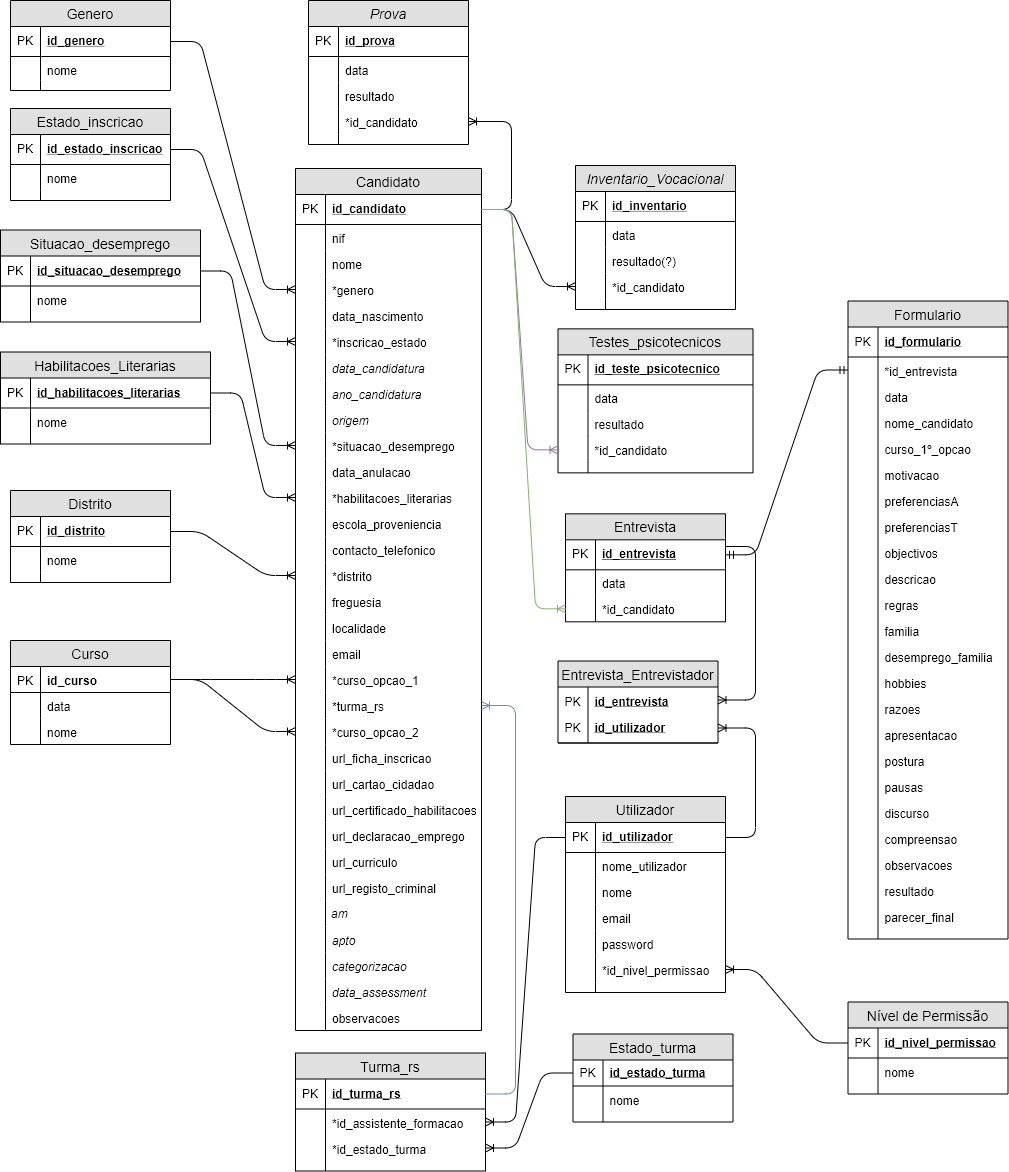
Earlier version of the draw.io export Docs/Modelo de Dados.png (blestonbandeira/grs). Source tidied: cells renumbered, new cells last; positions are measured from the earlier drawing's top-left corner, leaving out a move shared by most shapes.
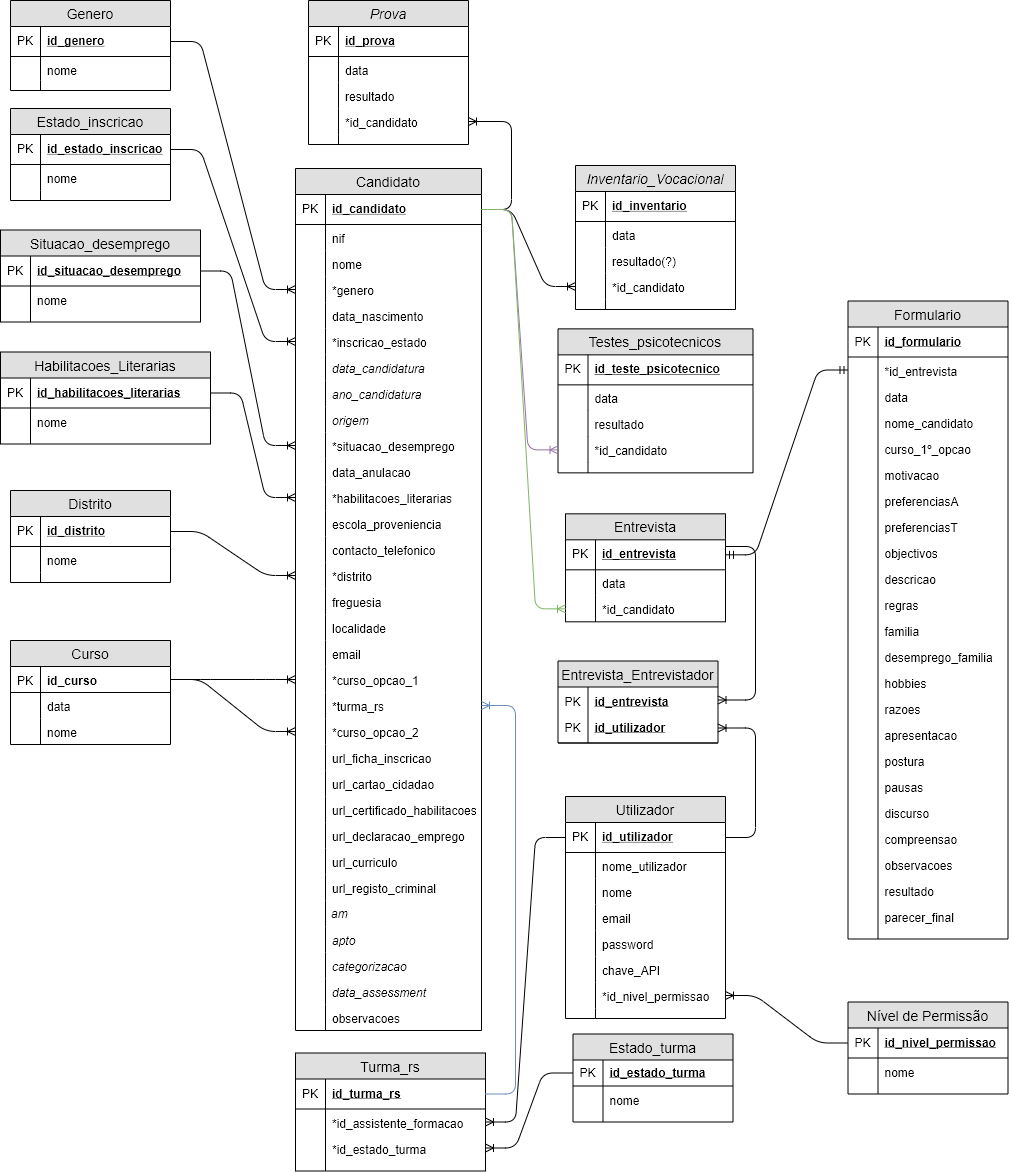
After the commit.

Commit message:
actualização de diagramas

Change to the diagram source:
```diff
@@ -726,7 +726,7 @@
       <mxGeometry width="30" height="10" as="geometry" />
     </mxCell>
     <mxCell id="243" value="Utilizador" style="swimlane;fontStyle=0;horizontal=1;startSize=26;fillColor=#e0e0e0;swimlaneFillColor=#ffffff;align=center;fontSize=14;strokeColor=#000000;" parent="1" vertex="1">
-      <mxGeometry x="565" y="796" width="160" height="196" as="geometry" />
+      <mxGeometry x="565" y="796" width="160" height="222" as="geometry" />
     </mxCell>
     <mxCell id="244" value="id_utilizador" style="shape=partialRectangle;top=0;left=0;right=0;bottom=1;align=left;verticalAlign=middle;fillColor=none;spacingLeft=34;spacingRight=4;overflow=hidden;points=[[0,0.5],[1,0.5]];portConstraint=eastwest;fontStyle=5;fontSize=12;" parent="243" vertex="1">
       <mxGeometry y="26" width="160" height="30" as="geometry" />
@@ -758,14 +758,20 @@
     <mxCell id="253" style="shape=partialRectangle;top=0;left=0;bottom=0;fillColor=none;align=left;verticalAlign=top;spacingLeft=4;spacingRight=4;overflow=hidden;fontSize=12;" parent="252" vertex="1">
       <mxGeometry width="30" height="26" as="geometry" />
     </mxCell>
+    <mxCell id="259" value="chave_API" style="shape=partialRectangle;top=0;left=0;right=0;bottom=0;align=left;verticalAlign=top;fillColor=none;spacingLeft=34;spacingRight=4;overflow=hidden;fontSize=12;glass=1;strokeColor=#000000;" parent="243" vertex="1">
+      <mxGeometry y="160" width="160" height="26" as="geometry" />
+    </mxCell>
+    <mxCell id="260" style="shape=partialRectangle;top=0;left=0;bottom=0;fillColor=none;align=left;verticalAlign=top;spacingLeft=4;spacingRight=4;overflow=hidden;fontSize=12;" parent="259" vertex="1">
+      <mxGeometry width="30" height="26" as="geometry" />
+    </mxCell>
     <mxCell id="254" value="*id_nivel_permissao" style="shape=partialRectangle;top=0;left=0;right=0;bottom=0;align=left;verticalAlign=top;fillColor=none;spacingLeft=34;spacingRight=4;overflow=hidden;points=[[0,0.5],[1,0.5]];portConstraint=eastwest;fontSize=12;strokeColor=#000000;" parent="243" vertex="1">
-      <mxGeometry y="160" width="160" height="26" as="geometry" />
+      <mxGeometry y="186" width="160" height="26" as="geometry" />
     </mxCell>
     <mxCell id="255" style="shape=partialRectangle;top=0;left=0;bottom=0;fillColor=none;align=left;verticalAlign=top;spacingLeft=4;spacingRight=4;overflow=hidden;fontSize=12;" parent="254" vertex="1">
       <mxGeometry width="30" height="26" as="geometry" />
     </mxCell>
     <mxCell id="256" style="shape=partialRectangle;top=0;left=0;right=0;bottom=0;align=left;verticalAlign=top;fillColor=none;spacingLeft=34;spacingRight=4;overflow=hidden;fontSize=12;" parent="243" vertex="1">
-      <mxGeometry y="186" width="160" height="10" as="geometry" />
+      <mxGeometry y="212" width="160" height="10" as="geometry" />
     </mxCell>
     <mxCell id="257" style="shape=partialRectangle;top=0;left=0;bottom=0;fillColor=none;align=left;verticalAlign=top;spacingLeft=4;spacingRight=4;overflow=hidden;fontSize=12;" parent="256" vertex="1">
       <mxGeometry width="30" height="10" as="geometry" />
```
